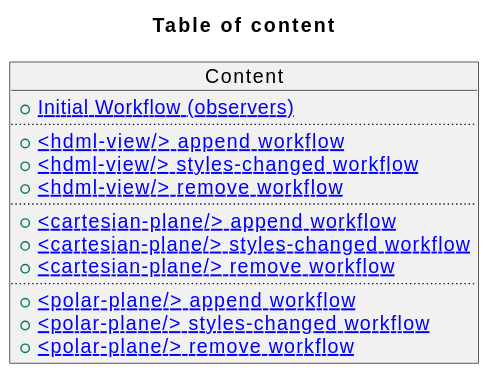
Above: uml/svg/charts/index.svg in hdml-github/hdml (PlantUML), before the change.
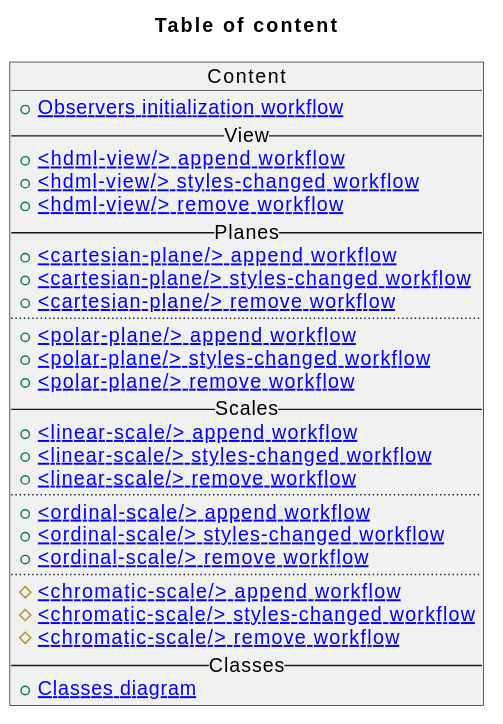
The same file after the commit.

Change to the diagram source:
```diff
@@ -2,12 +2,14 @@
   title Table of content
 
   object Content {
-    +[[./init_workflow.svg Initial Workflow (observers)]]
-    ....
+    +[[./init_workflow.svg Observers initialization workflow]]
+
+    --View--
     +[[./hdml_view_append.svg <hdml-view/> append workflow]]
     +[[./hdml_view_styles_changed.svg <hdml-view/> styles-changed workflow]]
     +[[./hdml_view_remove.svg <hdml-view/> remove workflow]]
-    ....
+
+    --Planes--
     +[[./cartesian_plane_append.svg <cartesian-plane/> append workflow]]
     +[[./cartesian_plane_styles_changed.svg <cartesian-plane/> styles-changed workflow]]
     +[[./cartesian_plane_remove.svg <cartesian-plane/> remove workflow]]
@@ -15,5 +17,20 @@
     +[[./polar_plane_append.svg <polar-plane/> append workflow]]
     +[[./polar_plane_styles_changed.svg <polar-plane/> styles-changed workflow]]
     +[[./polar_plane_remove.svg <polar-plane/> remove workflow]]
+
+    --Scales--
+    +[[./linear_scale_append.svg <linear-scale/> append workflow]]
+    +[[./linear_scale_styles_changed.svg <linear-scale/> styles-changed workflow]]
+    +[[./linear_scale_remove.svg <linear-scale/> remove workflow]]
+    ....
+    +[[./ordinal_scale_append.svg <ordinal-scale/> append workflow]]
+    +[[./ordinal_scale_styles_changed.svg <ordinal-scale/> styles-changed workflow]]
+    +[[./ordinal_scale_remove.svg <ordinal-scale/> remove workflow]]
+    ....
+    #[[./chromatic_scale_append.svg <chromatic-scale/> append workflow]]
+    #[[./chromatic_scale_styles_changed.svg <chromatic-scale/> styles-changed workflow]]
+    #[[./chromatic_scale_remove.svg <chromatic-scale/> remove workflow]]
+    --Classes--
+    +[[./classes.svg Classes diagram]]
   }
 @enduml
```
